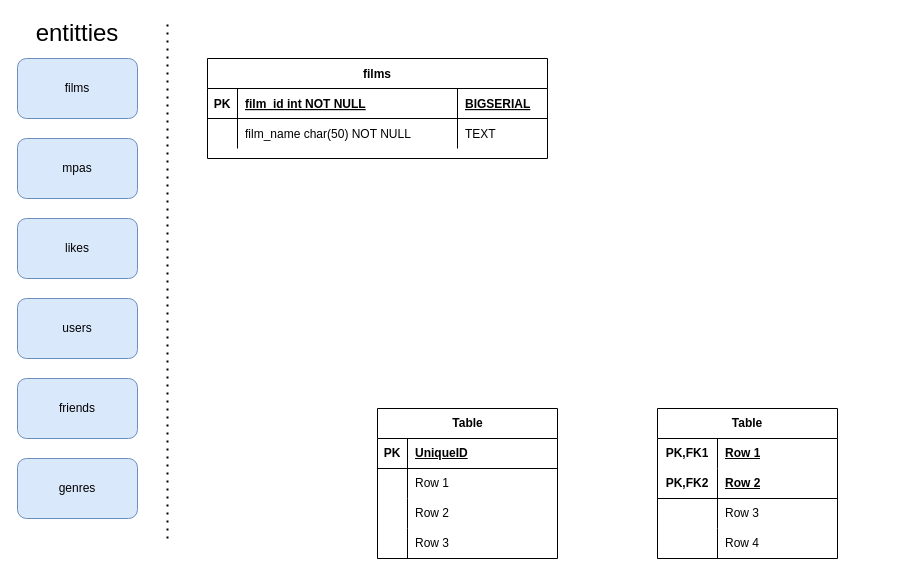
This is test youtube.drawio from gosn1ck/diagrams, a draw.io file, before an edit. Source tidied: cells renumbered, new cells numbered last; positions are measured from the earlier drawing's top-left corner, leaving out a move shared by most shapes. Both pictures are drawn from the tidied source at 100%, with x=0, y=0 at pixel (17, 18).
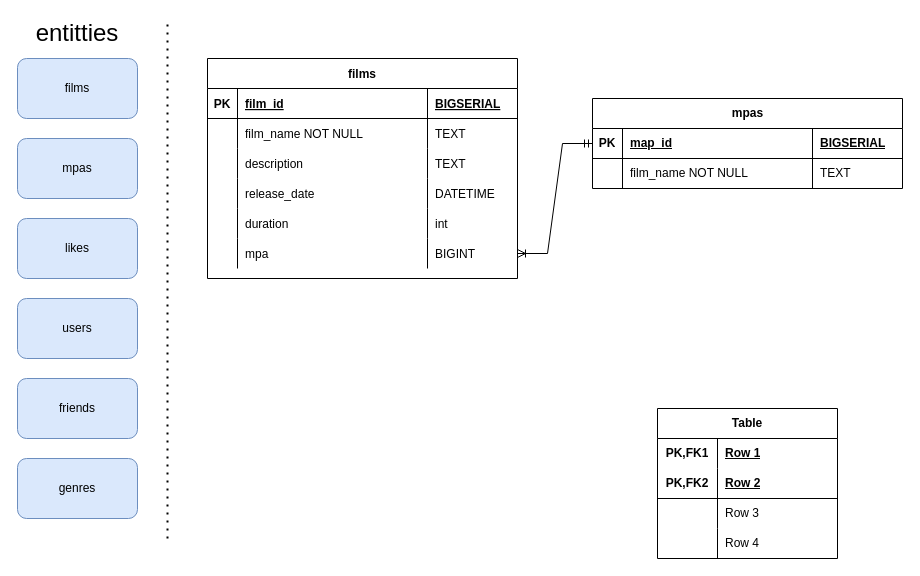
Above is the later version.

What changed in the source:
```diff
@@
     <mxCell id="2" value="films" style="shape=table;startSize=30;childLayout=tableLayout;rowLines=0;fontStyle=1;align=center;" parent="1" vertex="1">
-      <mxGeometry x="190" y="40" width="340" height="100" as="geometry" />
+      <mxGeometry x="190" y="40" width="310" height="220" as="geometry" />
     </mxCell>
     <mxCell id="3" style="shape=partialRectangle;fillColor=none;top=0;left=0;right=0;bottom=1;" parent="2" vertex="1">
-      <mxGeometry y="30" width="340" height="30" as="geometry" />
+      <mxGeometry y="30" width="310" height="30" as="geometry" />
     </mxCell>
@@
-    <mxCell id="5" value="film_id int NOT NULL " style="shape=partialRectangle;overflow=hidden;fillColor=none;top=0;left=0;bottom=0;right=0;align=left;spacingLeft=6;fontStyle=5;" parent="3" vertex="1">
-      <mxGeometry x="30" width="220" height="30" as="geometry" />
+    <mxCell id="5" value="film_id" style="shape=partialRectangle;overflow=hidden;fillColor=none;top=0;left=0;bottom=0;right=0;align=left;spacingLeft=6;fontStyle=5;" parent="3" vertex="1">
+      <mxGeometry x="30" width="190" height="30" as="geometry" />
     </mxCell>
     <mxCell id="6" value="BIGSERIAL" style="shape=partialRectangle;overflow=hidden;fillColor=none;top=0;left=0;bottom=0;right=0;align=left;spacingLeft=6;fontStyle=5;" parent="3" vertex="1">
-      <mxGeometry x="250" width="90" height="30" as="geometry" />
+      <mxGeometry x="220" width="90" height="30" as="geometry" />
     </mxCell>
     <mxCell id="7" style="shape=partialRectangle;fillColor=none;top=0;left=0;right=0;bottom=0;" parent="2" vertex="1">
-      <mxGeometry y="60" width="340" height="30" as="geometry" />
+      <mxGeometry y="60" width="310" height="30" as="geometry" />
     </mxCell>
@@
-    <mxCell id="9" value="film_name char(50) NOT NULL" style="shape=partialRectangle;overflow=hidden;fillColor=none;top=0;left=0;bottom=0;right=0;align=left;spacingLeft=6;" parent="7" vertex="1">
-      <mxGeometry x="30" width="220" height="30" as="geometry" />
+    <mxCell id="9" value="film_name NOT NULL" style="shape=partialRectangle;overflow=hidden;fillColor=none;top=0;left=0;bottom=0;right=0;align=left;spacingLeft=6;" parent="7" vertex="1">
+      <mxGeometry x="30" width="190" height="30" as="geometry" />
     </mxCell>
     <mxCell id="10" value="TEXT" style="shape=partialRectangle;overflow=hidden;fillColor=none;top=0;left=0;bottom=0;right=0;align=left;spacingLeft=6;" parent="7" vertex="1">
-      <mxGeometry x="250" width="90" height="30" as="geometry" />
+      <mxGeometry x="220" width="90" height="30" as="geometry" />
     </mxCell>
+    <mxCell id="45" style="shape=partialRectangle;fillColor=none;top=0;left=0;right=0;bottom=0;" parent="2" vertex="1">
+      <mxGeometry y="90" width="310" height="30" as="geometry" />
+    </mxCell>
+    <mxCell id="46" style="shape=partialRectangle;overflow=hidden;fillColor=none;top=0;left=0;bottom=0;right=0;" parent="45" vertex="1">
+      <mxGeometry width="30" height="30" as="geometry" />
+    </mxCell>
+    <mxCell id="47" value="description" style="shape=partialRectangle;overflow=hidden;fillColor=none;top=0;left=0;bottom=0;right=0;align=left;spacingLeft=6;" parent="45" vertex="1">
+      <mxGeometry x="30" width="190" height="30" as="geometry" />
+    </mxCell>
+    <mxCell id="48" value="TEXT" style="shape=partialRectangle;overflow=hidden;fillColor=none;top=0;left=0;bottom=0;right=0;align=left;spacingLeft=6;" parent="45" vertex="1">
+      <mxGeometry x="220" width="90" height="30" as="geometry" />
+    </mxCell>
+    <mxCell id="49" style="shape=partialRectangle;fillColor=none;top=0;left=0;right=0;bottom=0;" parent="2" vertex="1">
+      <mxGeometry y="120" width="310" height="30" as="geometry" />
+    </mxCell>
+    <mxCell id="50" style="shape=partialRectangle;overflow=hidden;fillColor=none;top=0;left=0;bottom=0;right=0;" parent="49" vertex="1">
+      <mxGeometry width="30" height="30" as="geometry" />
+    </mxCell>
+    <mxCell id="51" value="release_date" style="shape=partialRectangle;overflow=hidden;fillColor=none;top=0;left=0;bottom=0;right=0;align=left;spacingLeft=6;" parent="49" vertex="1">
+      <mxGeometry x="30" width="190" height="30" as="geometry" />
+    </mxCell>
+    <mxCell id="52" value="DATETIME" style="shape=partialRectangle;overflow=hidden;fillColor=none;top=0;left=0;bottom=0;right=0;align=left;spacingLeft=6;" parent="49" vertex="1">
+      <mxGeometry x="220" width="90" height="30" as="geometry" />
+    </mxCell>
+    <mxCell id="53" style="shape=partialRectangle;fillColor=none;top=0;left=0;right=0;bottom=0;" parent="2" vertex="1">
+      <mxGeometry y="150" width="310" height="30" as="geometry" />
+    </mxCell>
+    <mxCell id="54" style="shape=partialRectangle;overflow=hidden;fillColor=none;top=0;left=0;bottom=0;right=0;" parent="53" vertex="1">
+      <mxGeometry width="30" height="30" as="geometry" />
+    </mxCell>
+    <mxCell id="55" value="duration" style="shape=partialRectangle;overflow=hidden;fillColor=none;top=0;left=0;bottom=0;right=0;align=left;spacingLeft=6;" parent="53" vertex="1">
+      <mxGeometry x="30" width="190" height="30" as="geometry" />
+    </mxCell>
+    <mxCell id="56" value="int" style="shape=partialRectangle;overflow=hidden;fillColor=none;top=0;left=0;bottom=0;right=0;align=left;spacingLeft=6;" parent="53" vertex="1">
+      <mxGeometry x="220" width="90" height="30" as="geometry" />
+    </mxCell>
+    <mxCell id="57" style="shape=partialRectangle;fillColor=none;points=[[0,0.5],[1,0.5]];portConstraint=eastwest;top=0;left=0;right=0;bottom=0;" parent="2" vertex="1">
+      <mxGeometry y="180" width="310" height="30" as="geometry" />
+    </mxCell>
+    <mxCell id="58" style="shape=partialRectangle;overflow=hidden;fillColor=none;top=0;left=0;bottom=0;right=0;" parent="57" vertex="1">
+      <mxGeometry width="30" height="30" as="geometry" />
+    </mxCell>
+    <mxCell id="59" value="mpa" style="shape=partialRectangle;overflow=hidden;fillColor=none;top=0;left=0;bottom=0;right=0;align=left;spacingLeft=6;" parent="57" vertex="1">
+      <mxGeometry x="30" width="190" height="30" as="geometry" />
+    </mxCell>
+    <mxCell id="60" value="BIGINT" style="shape=partialRectangle;overflow=hidden;fillColor=none;top=0;left=0;bottom=0;right=0;align=left;spacingLeft=6;" parent="57" vertex="1">
+      <mxGeometry x="220" width="90" height="30" as="geometry" />
+    </mxCell>
-    <mxCell id="11" value="Table" style="shape=table;startSize=30;childLayout=tableLayout;rowLines=0;fontStyle=1;align=center;html=1;" parent="1" vertex="1">
-      <mxGeometry x="360" y="390" width="180" height="150" as="geometry" />
+    <mxCell id="11" value="mpas" style="shape=table;startSize=30;childLayout=tableLayout;rowLines=0;fontStyle=1;align=center;html=1;" parent="1" vertex="1">
+      <mxGeometry x="575" y="80" width="310" height="90" as="geometry" />
     </mxCell>
     <mxCell id="12" style="shape=tableRow;horizontal=0;startSize=0;swimlaneHead=0;swimlaneBody=0;fillColor=none;points=[[0,0.5],[1,0.5]];portConstraint=eastwest;top=0;left=0;right=0;bottom=1;" parent="11" vertex="1">
-      <mxGeometry y="30" width="180" height="30" as="geometry" />
+      <mxGeometry y="30" width="310" height="30" as="geometry" />
     </mxCell>
@@
-    <mxCell id="14" value="UniqueID" style="shape=partialRectangle;fillColor=none;top=0;left=0;bottom=0;right=0;align=left;spacingLeft=6;fontStyle=5;overflow=hidden;whiteSpace=wrap;html=1;" parent="12" vertex="1">
-      <mxGeometry x="30" width="150" height="30" as="geometry" />
+    <mxCell id="14" value="map_id" style="shape=partialRectangle;fillColor=none;top=0;left=0;bottom=0;right=0;align=left;spacingLeft=6;fontStyle=5;overflow=hidden;whiteSpace=wrap;html=1;" parent="12" vertex="1">
+      <mxGeometry x="30" width="190" height="30" as="geometry" />
     </mxCell>
+    <mxCell id="61" value="BIGSERIAL" style="shape=partialRectangle;fillColor=none;top=0;left=0;bottom=0;right=0;align=left;spacingLeft=6;fontStyle=5;overflow=hidden;whiteSpace=wrap;html=1;" parent="12" vertex="1">
+      <mxGeometry x="220" width="90" height="30" as="geometry" />
+    </mxCell>
     <mxCell id="15" style="shape=tableRow;horizontal=0;startSize=0;swimlaneHead=0;swimlaneBody=0;fillColor=none;top=0;left=0;right=0;bottom=0;" parent="11" vertex="1">
-      <mxGeometry y="60" width="180" height="30" as="geometry" />
+      <mxGeometry y="60" width="310" height="30" as="geometry" />
     </mxCell>
@@
-    <mxCell id="17" value="Row 1" style="shape=partialRectangle;fillColor=none;top=0;left=0;bottom=0;right=0;align=left;spacingLeft=6;overflow=hidden;whiteSpace=wrap;html=1;" parent="15" vertex="1">
-      <mxGeometry x="30" width="150" height="30" as="geometry" />
+    <mxCell id="17" value="film_name NOT NULL" style="shape=partialRectangle;fillColor=none;top=0;left=0;bottom=0;right=0;align=left;spacingLeft=6;overflow=hidden;whiteSpace=wrap;html=1;" parent="15" vertex="1">
+      <mxGeometry x="30" width="190" height="30" as="geometry" />
     </mxCell>
-    <mxCell id="18" style="shape=tableRow;horizontal=0;startSize=0;swimlaneHead=0;swimlaneBody=0;fillColor=none;top=0;left=0;right=0;bottom=0;" parent="11" vertex="1">
-      <mxGeometry y="90" width="180" height="30" as="geometry" />
-    </mxCell>
-    <mxCell id="19" style="shape=partialRectangle;fillColor=none;top=0;left=0;bottom=0;right=0;overflow=hidden;whiteSpace=wrap;html=1;" parent="18" vertex="1">
-      <mxGeometry width="30" height="30" as="geometry" />
-    </mxCell>
-    <mxCell id="20" value="Row 2" style="shape=partialRectangle;fillColor=none;top=0;left=0;bottom=0;right=0;align=left;spacingLeft=6;overflow=hidden;whiteSpace=wrap;html=1;" parent="18" vertex="1">
-      <mxGeometry x="30" width="150" height="30" as="geometry" />
-    </mxCell>
-    <mxCell id="21" style="shape=tableRow;horizontal=0;startSize=0;swimlaneHead=0;swimlaneBody=0;fillColor=none;top=0;left=0;right=0;bottom=0;" parent="11" vertex="1">
-      <mxGeometry y="120" width="180" height="30" as="geometry" />
-    </mxCell>
-    <mxCell id="22" style="shape=partialRectangle;fillColor=none;top=0;left=0;bottom=0;right=0;overflow=hidden;whiteSpace=wrap;html=1;" parent="21" vertex="1">
-      <mxGeometry width="30" height="30" as="geometry" />
-    </mxCell>
-    <mxCell id="23" value="Row 3" style="shape=partialRectangle;fillColor=none;top=0;left=0;bottom=0;right=0;align=left;spacingLeft=6;overflow=hidden;whiteSpace=wrap;html=1;" parent="21" vertex="1">
-      <mxGeometry x="30" width="150" height="30" as="geometry" />
-    </mxCell>
+    <mxCell id="62" value="TEXT" style="shape=partialRectangle;fillColor=none;top=0;left=0;bottom=0;right=0;align=left;spacingLeft=6;overflow=hidden;whiteSpace=wrap;html=1;" parent="15" vertex="1">
+      <mxGeometry x="220" width="90" height="30" as="geometry" />
+    </mxCell>
@@
+    <mxCell id="63" style="edgeStyle=entityRelationEdgeStyle;fontSize=12;html=1;endArrow=ERoneToMany;startArrow=ERmandOne;rounded=0;entryX=1;entryY=0.5;entryDx=0;entryDy=0;exitX=0;exitY=0.5;exitDx=0;exitDy=0;" parent="1" edge="1" source="12" target="57">
+      <mxGeometry relative="1" as="geometry" />
+    </mxCell>
```
